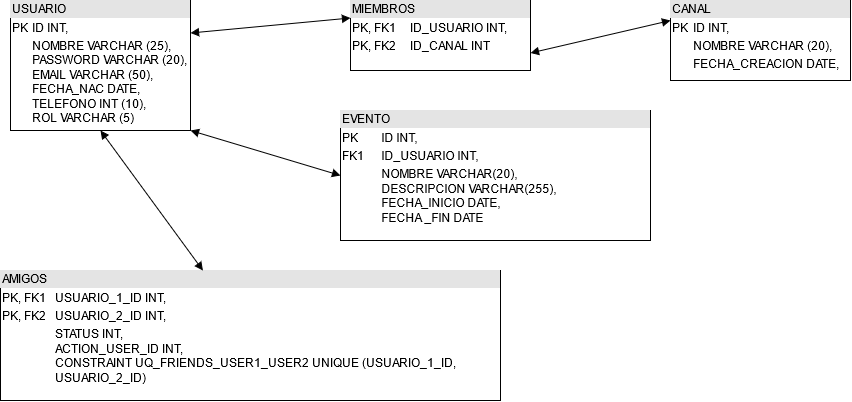
Earlier version of the draw.io export resources/modelo_datos_gamerHub.png (iesvi/proyecto-equipo-3). Source tidied: cells renumbered, new cells last; positions are measured from the earlier drawing's top-left corner, leaving out a move shared by most shapes. Its diagram source:
```xml
<mxGraphModel>
  <root>
    <mxCell id="0" />
    <mxCell id="1" parent="0" />
    <mxCell id="2" value="&lt;div style=&quot;box-sizing: border-box ; width: 100% ; background: #e4e4e4 ; padding: 2px&quot;&gt;USUARIO&lt;/div&gt;&lt;table style=&quot;width: 100% ; font-size: 1em&quot; cellspacing=&quot;0&quot; cellpadding=&quot;2&quot;&gt;&lt;tbody&gt;&lt;tr&gt;&lt;td&gt;PK&lt;/td&gt;&lt;td&gt;ID INT,&lt;br&gt;&lt;/td&gt;&lt;/tr&gt;&lt;tr&gt;&lt;td&gt;&lt;br&gt;&lt;/td&gt;&lt;td&gt;NOMBRE VARCHAR (25),&lt;br&gt;PASSWORD VARCHAR (20),&lt;br&gt;EMAIL VARCHAR (50),&lt;br&gt;FECHA_NAC DATE,&lt;br&gt;TELEFONO INT (10),&lt;br&gt;ROL VARCHAR (5)&lt;br&gt;&lt;/td&gt;&lt;/tr&gt;&lt;tr&gt;&lt;td&gt;&lt;br&gt;&lt;/td&gt;&lt;td&gt;&lt;br&gt;&lt;/td&gt;&lt;/tr&gt;&lt;/tbody&gt;&lt;/table&gt;" style="verticalAlign=top;align=left;overflow=fill;html=1;" parent="1" vertex="1">
      <mxGeometry x="10" width="180" height="130" as="geometry" />
    </mxCell>
    <mxCell id="3" value="&lt;div style=&quot;box-sizing: border-box ; width: 100% ; background: #e4e4e4 ; padding: 2px&quot;&gt;CANAL&lt;/div&gt;&lt;table style=&quot;width: 100% ; font-size: 1em&quot; cellspacing=&quot;0&quot; cellpadding=&quot;2&quot;&gt;&lt;tbody&gt;&lt;tr&gt;&lt;td&gt;PK&lt;/td&gt;&lt;td&gt;ID INT,&lt;br&gt;&lt;/td&gt;&lt;/tr&gt;&lt;tr&gt;&lt;td&gt;&lt;br&gt;&lt;/td&gt;&lt;td&gt;NOMBRE VARCHAR (20),&lt;br&gt;&lt;/td&gt;&lt;/tr&gt;&lt;tr&gt;&lt;td&gt;&lt;br&gt;&lt;/td&gt;&lt;td&gt;FECHA_CREACION DATE,&lt;br&gt;&lt;br&gt;&lt;/td&gt;&lt;/tr&gt;&lt;/tbody&gt;&lt;/table&gt;" style="verticalAlign=top;align=left;overflow=fill;html=1;" parent="1" vertex="1">
      <mxGeometry x="670" width="180" height="80" as="geometry" />
    </mxCell>
    <mxCell id="4" value="&lt;div style=&quot;box-sizing: border-box ; width: 100% ; background: #e4e4e4 ; padding: 2px&quot;&gt;MIEMBROS&lt;/div&gt;&lt;table style=&quot;width: 100% ; font-size: 1em&quot; cellspacing=&quot;0&quot; cellpadding=&quot;2&quot;&gt;&lt;tbody&gt;&lt;tr&gt;&lt;td&gt;PK, FK1&lt;br&gt;&lt;/td&gt;&lt;td&gt;ID_USUARIO INT,&lt;br&gt;&lt;/td&gt;&lt;/tr&gt;&lt;tr&gt;&lt;td&gt;PK, FK2&lt;/td&gt;&lt;td&gt;ID_CANAL INT&lt;br&gt;&lt;/td&gt;&lt;/tr&gt;&lt;tr&gt;&lt;td&gt;&lt;br&gt;&lt;/td&gt;&lt;td&gt;&lt;br&gt;&lt;/td&gt;&lt;/tr&gt;&lt;/tbody&gt;&lt;/table&gt;" style="verticalAlign=top;align=left;overflow=fill;html=1;" parent="1" vertex="1">
      <mxGeometry x="350" width="180" height="70" as="geometry" />
    </mxCell>
    <mxCell id="5" style="endArrow=block;startArrow=block;endFill=1;startFill=1;html=1;entryX=0;entryY=0.25;entryDx=0;entryDy=0;exitX=1;exitY=0.25;exitDx=0;exitDy=0;" parent="1" edge="1" source="2" target="4">
      <mxGeometry relative="1" as="geometry" />
    </mxCell>
    <mxCell id="6" style="endArrow=block;startArrow=block;endFill=1;startFill=1;html=1;exitX=1;exitY=0.75;exitDx=0;exitDy=0;entryX=0;entryY=0.25;entryDx=0;entryDy=0;" parent="1" edge="1" source="4" target="3">
      <mxGeometry relative="1" as="geometry" />
    </mxCell>
    <mxCell id="7" value="&lt;div style=&quot;box-sizing: border-box ; width: 100% ; background: #e4e4e4 ; padding: 2px&quot;&gt;AMIGOS&lt;/div&gt;&lt;table style=&quot;width: 100% ; font-size: 1em&quot; cellspacing=&quot;0&quot; cellpadding=&quot;2&quot;&gt;&lt;tbody&gt;&lt;tr&gt;&lt;td&gt;PK, FK1&lt;br&gt;&lt;/td&gt;&lt;td&gt;USUARIO_1_ID INT,&lt;br&gt;&lt;/td&gt;&lt;/tr&gt;&lt;tr&gt;&lt;td&gt;PK, FK2&lt;/td&gt;&lt;td&gt;USUARIO_2_ID INT,&lt;br&gt;&lt;/td&gt;&lt;/tr&gt;&lt;tr&gt;&lt;td&gt;&lt;br&gt;&lt;/td&gt;&lt;td&gt;STATUS INT,&lt;br&gt;ACTION_USER_ID INT,&lt;br&gt;CONSTRAINT UQ_FRIENDS_USER1_USER2 UNIQUE (USUARIO_1_ID,&lt;br&gt;USUARIO_2_ID)&lt;br&gt;&lt;/td&gt;&lt;/tr&gt;&lt;/tbody&gt;&lt;/table&gt;" style="verticalAlign=top;align=left;overflow=fill;html=1;" parent="1" vertex="1">
      <mxGeometry y="270" width="500" height="130" as="geometry" />
    </mxCell>
    <mxCell id="8" style="endArrow=block;startArrow=block;endFill=1;startFill=1;html=1;exitX=0.5;exitY=1;exitDx=0;exitDy=0;" parent="1" edge="1" source="2" target="7">
      <mxGeometry relative="1" as="geometry" />
    </mxCell>
    <mxCell id="9" value="&lt;div style=&quot;box-sizing: border-box ; width: 100% ; background: #e4e4e4 ; padding: 2px&quot;&gt;EVENTO&lt;/div&gt;&lt;table style=&quot;width: 100% ; font-size: 1em&quot; cellspacing=&quot;0&quot; cellpadding=&quot;2&quot;&gt;&lt;tbody&gt;&lt;tr&gt;&lt;td&gt;PK&lt;/td&gt;&lt;td&gt;ID INT,&lt;br&gt;&lt;/td&gt;&lt;/tr&gt;&lt;tr&gt;&lt;td&gt;FK1&lt;/td&gt;&lt;td&gt;ID_USUARIO INT,&lt;br&gt;&lt;/td&gt;&lt;/tr&gt;&lt;tr&gt;&lt;td&gt;&lt;br&gt;&lt;/td&gt;&lt;td&gt;NOMBRE VARCHAR(20),&lt;br&gt;DESCRIPCION VARCHAR(255),&lt;br&gt;FECHA_INICIO DATE, &lt;br&gt;FECHA _FIN DATE&lt;br&gt;&lt;/td&gt;&lt;/tr&gt;&lt;/tbody&gt;&lt;/table&gt;" style="verticalAlign=top;align=left;overflow=fill;html=1;" parent="1" vertex="1">
      <mxGeometry x="340" y="110" width="310" height="130" as="geometry" />
    </mxCell>
    <mxCell id="10" style="endArrow=block;startArrow=block;endFill=1;startFill=1;html=1;entryX=0;entryY=0.5;entryDx=0;entryDy=0;exitX=1;exitY=1;exitDx=0;exitDy=0;" parent="1" edge="1" source="2" target="9">
      <mxGeometry relative="1" as="geometry" />
    </mxCell>
  </root>
</mxGraphModel>
```
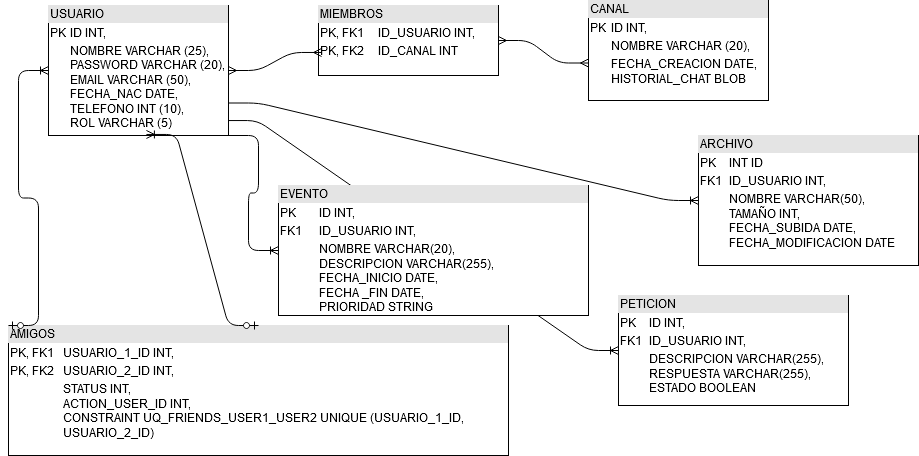
The same file after the commit.

Commit message:
CORRECIONES MODELADO DE DATOS

What changed in the source:
```diff
@@ -2,32 +2,47 @@
   <root>
     <mxCell id="0" />
     <mxCell id="1" parent="0" />
+    <mxCell id="11" style="edgeStyle=entityRelationEdgeStyle;fontSize=12;html=1;endArrow=ERoneToMany;exitX=1;exitY=0.75;exitDx=0;exitDy=0;" parent="1" edge="1" source="2" target="14">
+      <mxGeometry relative="1" as="geometry" />
+    </mxCell>
+    <mxCell id="12" style="edgeStyle=entityRelationEdgeStyle;fontSize=12;html=1;endArrow=ERoneToMany;exitX=0.994;exitY=0.885;exitDx=0;exitDy=0;exitPerimeter=0;" parent="1" edge="1" source="2" target="13">
+      <mxGeometry relative="1" as="geometry" />
+    </mxCell>
     <mxCell id="2" value="&lt;div style=&quot;box-sizing: border-box ; width: 100% ; background: #e4e4e4 ; padding: 2px&quot;&gt;USUARIO&lt;/div&gt;&lt;table style=&quot;width: 100% ; font-size: 1em&quot; cellspacing=&quot;0&quot; cellpadding=&quot;2&quot;&gt;&lt;tbody&gt;&lt;tr&gt;&lt;td&gt;PK&lt;/td&gt;&lt;td&gt;ID INT,&lt;br&gt;&lt;/td&gt;&lt;/tr&gt;&lt;tr&gt;&lt;td&gt;&lt;br&gt;&lt;/td&gt;&lt;td&gt;NOMBRE VARCHAR (25),&lt;br&gt;PASSWORD VARCHAR (20),&lt;br&gt;EMAIL VARCHAR (50),&lt;br&gt;FECHA_NAC DATE,&lt;br&gt;TELEFONO INT (10),&lt;br&gt;ROL VARCHAR (5)&lt;br&gt;&lt;/td&gt;&lt;/tr&gt;&lt;tr&gt;&lt;td&gt;&lt;br&gt;&lt;/td&gt;&lt;td&gt;&lt;br&gt;&lt;/td&gt;&lt;/tr&gt;&lt;/tbody&gt;&lt;/table&gt;" style="verticalAlign=top;align=left;overflow=fill;html=1;" parent="1" vertex="1">
-      <mxGeometry x="10" width="180" height="130" as="geometry" />
+      <mxGeometry x="60" width="180" height="130" as="geometry" />
     </mxCell>
-    <mxCell id="3" value="&lt;div style=&quot;box-sizing: border-box ; width: 100% ; background: #e4e4e4 ; padding: 2px&quot;&gt;CANAL&lt;/div&gt;&lt;table style=&quot;width: 100% ; font-size: 1em&quot; cellspacing=&quot;0&quot; cellpadding=&quot;2&quot;&gt;&lt;tbody&gt;&lt;tr&gt;&lt;td&gt;PK&lt;/td&gt;&lt;td&gt;ID INT,&lt;br&gt;&lt;/td&gt;&lt;/tr&gt;&lt;tr&gt;&lt;td&gt;&lt;br&gt;&lt;/td&gt;&lt;td&gt;NOMBRE VARCHAR (20),&lt;br&gt;&lt;/td&gt;&lt;/tr&gt;&lt;tr&gt;&lt;td&gt;&lt;br&gt;&lt;/td&gt;&lt;td&gt;FECHA_CREACION DATE,&lt;br&gt;&lt;br&gt;&lt;/td&gt;&lt;/tr&gt;&lt;/tbody&gt;&lt;/table&gt;" style="verticalAlign=top;align=left;overflow=fill;html=1;" parent="1" vertex="1">
-      <mxGeometry x="670" width="180" height="80" as="geometry" />
+    <mxCell id="3" value="&lt;div style=&quot;box-sizing: border-box ; width: 100% ; background: #e4e4e4 ; padding: 2px&quot;&gt;CANAL&lt;/div&gt;&lt;table style=&quot;width: 100% ; font-size: 1em&quot; cellspacing=&quot;0&quot; cellpadding=&quot;2&quot;&gt;&lt;tbody&gt;&lt;tr&gt;&lt;td&gt;PK&lt;/td&gt;&lt;td&gt;ID INT,&lt;br&gt;&lt;/td&gt;&lt;/tr&gt;&lt;tr&gt;&lt;td&gt;&lt;br&gt;&lt;/td&gt;&lt;td&gt;NOMBRE VARCHAR (20),&lt;br&gt;&lt;/td&gt;&lt;/tr&gt;&lt;tr&gt;&lt;td&gt;&lt;br&gt;&lt;/td&gt;&lt;td&gt;FECHA_CREACION DATE,&lt;br&gt;HISTORIAL_CHAT BLOB&lt;br&gt;&lt;/td&gt;&lt;/tr&gt;&lt;/tbody&gt;&lt;/table&gt;" style="verticalAlign=top;align=left;overflow=fill;html=1;" parent="1" vertex="1">
+      <mxGeometry x="600" y="-5" width="180" height="100" as="geometry" />
     </mxCell>
     <mxCell id="4" value="&lt;div style=&quot;box-sizing: border-box ; width: 100% ; background: #e4e4e4 ; padding: 2px&quot;&gt;MIEMBROS&lt;/div&gt;&lt;table style=&quot;width: 100% ; font-size: 1em&quot; cellspacing=&quot;0&quot; cellpadding=&quot;2&quot;&gt;&lt;tbody&gt;&lt;tr&gt;&lt;td&gt;PK, FK1&lt;br&gt;&lt;/td&gt;&lt;td&gt;ID_USUARIO INT,&lt;br&gt;&lt;/td&gt;&lt;/tr&gt;&lt;tr&gt;&lt;td&gt;PK, FK2&lt;/td&gt;&lt;td&gt;ID_CANAL INT&lt;br&gt;&lt;/td&gt;&lt;/tr&gt;&lt;tr&gt;&lt;td&gt;&lt;br&gt;&lt;/td&gt;&lt;td&gt;&lt;br&gt;&lt;/td&gt;&lt;/tr&gt;&lt;/tbody&gt;&lt;/table&gt;" style="verticalAlign=top;align=left;overflow=fill;html=1;" parent="1" vertex="1">
-      <mxGeometry x="350" width="180" height="70" as="geometry" />
+      <mxGeometry x="330" width="180" height="70" as="geometry" />
     </mxCell>
+    <mxCell id="7" value="&lt;div style=&quot;box-sizing: border-box ; width: 100% ; background: #e4e4e4 ; padding: 2px&quot;&gt;AMIGOS&lt;/div&gt;&lt;table style=&quot;width: 100% ; font-size: 1em&quot; cellspacing=&quot;0&quot; cellpadding=&quot;2&quot;&gt;&lt;tbody&gt;&lt;tr&gt;&lt;td&gt;PK, FK1&lt;br&gt;&lt;/td&gt;&lt;td&gt;USUARIO_1_ID INT,&lt;br&gt;&lt;/td&gt;&lt;/tr&gt;&lt;tr&gt;&lt;td&gt;PK, FK2&lt;/td&gt;&lt;td&gt;USUARIO_2_ID INT,&lt;br&gt;&lt;/td&gt;&lt;/tr&gt;&lt;tr&gt;&lt;td&gt;&lt;br&gt;&lt;/td&gt;&lt;td&gt;STATUS INT,&lt;br&gt;ACTION_USER_ID INT,&lt;br&gt;CONSTRAINT UQ_FRIENDS_USER1_USER2 UNIQUE (USUARIO_1_ID,&lt;br&gt;USUARIO_2_ID)&lt;br&gt;&lt;/td&gt;&lt;/tr&gt;&lt;/tbody&gt;&lt;/table&gt;" style="verticalAlign=top;align=left;overflow=fill;html=1;" parent="1" vertex="1">
+      <mxGeometry x="20" y="320" width="500" height="130" as="geometry" />
+    </mxCell>
+    <mxCell id="9" value="&lt;div style=&quot;box-sizing: border-box ; width: 100% ; background: #e4e4e4 ; padding: 2px&quot;&gt;EVENTO&lt;/div&gt;&lt;table style=&quot;width: 100% ; font-size: 1em&quot; cellspacing=&quot;0&quot; cellpadding=&quot;2&quot;&gt;&lt;tbody&gt;&lt;tr&gt;&lt;td&gt;PK&lt;/td&gt;&lt;td&gt;ID INT,&lt;br&gt;&lt;/td&gt;&lt;/tr&gt;&lt;tr&gt;&lt;td&gt;FK1&lt;/td&gt;&lt;td&gt;ID_USUARIO INT,&lt;br&gt;&lt;/td&gt;&lt;/tr&gt;&lt;tr&gt;&lt;td&gt;&lt;br&gt;&lt;/td&gt;&lt;td&gt;NOMBRE VARCHAR(20),&lt;br&gt;DESCRIPCION VARCHAR(255),&lt;br&gt;FECHA_INICIO DATE, &lt;br&gt;FECHA _FIN DATE,&lt;br&gt;PRIORIDAD STRING&lt;br&gt;&lt;/td&gt;&lt;/tr&gt;&lt;/tbody&gt;&lt;/table&gt;" style="verticalAlign=top;align=left;overflow=fill;html=1;" parent="1" vertex="1">
+      <mxGeometry x="290" y="180" width="310" height="130" as="geometry" />
+    </mxCell>
+    <mxCell id="10" style="edgeStyle=entityRelationEdgeStyle;fontSize=12;html=1;endArrow=ERoneToMany;exitX=1;exitY=1;exitDx=0;exitDy=0;" parent="1" edge="1" source="2" target="9">
+      <mxGeometry relative="1" as="geometry" />
+    </mxCell>
-    <mxCell id="5" style="endArrow=block;startArrow=block;endFill=1;startFill=1;html=1;entryX=0;entryY=0.25;entryDx=0;entryDy=0;exitX=1;exitY=0.25;exitDx=0;exitDy=0;" parent="1" edge="1" source="2" target="4">
+    <mxCell id="5" style="edgeStyle=entityRelationEdgeStyle;fontSize=12;html=1;endArrow=ERmany;startArrow=ERmany;exitX=1;exitY=0.5;exitDx=0;exitDy=0;entryX=0.017;entryY=0.671;entryDx=0;entryDy=0;entryPerimeter=0;" parent="1" edge="1" source="2" target="4">
       <mxGeometry relative="1" as="geometry" />
     </mxCell>
-    <mxCell id="6" style="endArrow=block;startArrow=block;endFill=1;startFill=1;html=1;exitX=1;exitY=0.75;exitDx=0;exitDy=0;entryX=0;entryY=0.25;entryDx=0;entryDy=0;" parent="1" edge="1" source="4" target="3">
+    <mxCell id="6" style="edgeStyle=entityRelationEdgeStyle;fontSize=12;html=1;endArrow=ERmany;startArrow=ERmany;entryX=0;entryY=0.625;entryDx=0;entryDy=0;entryPerimeter=0;exitX=1;exitY=0.5;exitDx=0;exitDy=0;" parent="1" edge="1" source="4" target="3">
       <mxGeometry relative="1" as="geometry" />
     </mxCell>
-    <mxCell id="7" value="&lt;div style=&quot;box-sizing: border-box ; width: 100% ; background: #e4e4e4 ; padding: 2px&quot;&gt;AMIGOS&lt;/div&gt;&lt;table style=&quot;width: 100% ; font-size: 1em&quot; cellspacing=&quot;0&quot; cellpadding=&quot;2&quot;&gt;&lt;tbody&gt;&lt;tr&gt;&lt;td&gt;PK, FK1&lt;br&gt;&lt;/td&gt;&lt;td&gt;USUARIO_1_ID INT,&lt;br&gt;&lt;/td&gt;&lt;/tr&gt;&lt;tr&gt;&lt;td&gt;PK, FK2&lt;/td&gt;&lt;td&gt;USUARIO_2_ID INT,&lt;br&gt;&lt;/td&gt;&lt;/tr&gt;&lt;tr&gt;&lt;td&gt;&lt;br&gt;&lt;/td&gt;&lt;td&gt;STATUS INT,&lt;br&gt;ACTION_USER_ID INT,&lt;br&gt;CONSTRAINT UQ_FRIENDS_USER1_USER2 UNIQUE (USUARIO_1_ID,&lt;br&gt;USUARIO_2_ID)&lt;br&gt;&lt;/td&gt;&lt;/tr&gt;&lt;/tbody&gt;&lt;/table&gt;" style="verticalAlign=top;align=left;overflow=fill;html=1;" parent="1" vertex="1">
-      <mxGeometry y="270" width="500" height="130" as="geometry" />
-    </mxCell>
-    <mxCell id="8" style="endArrow=block;startArrow=block;endFill=1;startFill=1;html=1;exitX=0.5;exitY=1;exitDx=0;exitDy=0;" parent="1" edge="1" source="2" target="7">
-      <mxGeometry relative="1" as="geometry" />
-    </mxCell>
-    <mxCell id="9" value="&lt;div style=&quot;box-sizing: border-box ; width: 100% ; background: #e4e4e4 ; padding: 2px&quot;&gt;EVENTO&lt;/div&gt;&lt;table style=&quot;width: 100% ; font-size: 1em&quot; cellspacing=&quot;0&quot; cellpadding=&quot;2&quot;&gt;&lt;tbody&gt;&lt;tr&gt;&lt;td&gt;PK&lt;/td&gt;&lt;td&gt;ID INT,&lt;br&gt;&lt;/td&gt;&lt;/tr&gt;&lt;tr&gt;&lt;td&gt;FK1&lt;/td&gt;&lt;td&gt;ID_USUARIO INT,&lt;br&gt;&lt;/td&gt;&lt;/tr&gt;&lt;tr&gt;&lt;td&gt;&lt;br&gt;&lt;/td&gt;&lt;td&gt;NOMBRE VARCHAR(20),&lt;br&gt;DESCRIPCION VARCHAR(255),&lt;br&gt;FECHA_INICIO DATE, &lt;br&gt;FECHA _FIN DATE&lt;br&gt;&lt;/td&gt;&lt;/tr&gt;&lt;/tbody&gt;&lt;/table&gt;" style="verticalAlign=top;align=left;overflow=fill;html=1;" parent="1" vertex="1">
-      <mxGeometry x="340" y="110" width="310" height="130" as="geometry" />
-    </mxCell>
-    <mxCell id="10" style="endArrow=block;startArrow=block;endFill=1;startFill=1;html=1;entryX=0;entryY=0.5;entryDx=0;entryDy=0;exitX=1;exitY=1;exitDx=0;exitDy=0;" parent="1" edge="1" source="2" target="9">
-      <mxGeometry relative="1" as="geometry" />
-    </mxCell>
+    <mxCell id="13" value="&lt;div style=&quot;box-sizing: border-box ; width: 100% ; background: #e4e4e4 ; padding: 2px&quot;&gt;PETICION&lt;br&gt;&lt;/div&gt;&lt;table style=&quot;width: 100% ; font-size: 1em&quot; cellspacing=&quot;0&quot; cellpadding=&quot;2&quot;&gt;&lt;tbody&gt;&lt;tr&gt;&lt;td&gt;PK&lt;/td&gt;&lt;td&gt;ID INT,&lt;br&gt;&lt;/td&gt;&lt;/tr&gt;&lt;tr&gt;&lt;td&gt;FK1&lt;/td&gt;&lt;td&gt;ID_USUARIO INT,&lt;br&gt;&lt;/td&gt;&lt;/tr&gt;&lt;tr&gt;&lt;td&gt;&lt;br&gt;&lt;/td&gt;&lt;td&gt;DESCRIPCION VARCHAR(255),&lt;br&gt;RESPUESTA VARCHAR(255),&lt;br&gt;ESTADO BOOLEAN&lt;br&gt;&lt;/td&gt;&lt;/tr&gt;&lt;/tbody&gt;&lt;/table&gt;" style="verticalAlign=top;align=left;overflow=fill;html=1;" parent="1" vertex="1">
+      <mxGeometry x="630" y="290" width="230" height="110" as="geometry" />
+    </mxCell>
+    <mxCell id="14" value="&lt;div style=&quot;box-sizing: border-box ; width: 100% ; background: #e4e4e4 ; padding: 2px&quot;&gt;ARCHIVO&lt;/div&gt;&lt;table style=&quot;width: 100% ; font-size: 1em&quot; cellspacing=&quot;0&quot; cellpadding=&quot;2&quot;&gt;&lt;tbody&gt;&lt;tr&gt;&lt;td&gt;PK&lt;/td&gt;&lt;td&gt;INT ID&lt;br&gt;&lt;/td&gt;&lt;/tr&gt;&lt;tr&gt;&lt;td&gt;FK1&lt;/td&gt;&lt;td&gt;ID_USUARIO INT,&lt;br&gt;&lt;/td&gt;&lt;/tr&gt;&lt;tr&gt;&lt;td&gt;&lt;br&gt;&lt;/td&gt;&lt;td&gt;NOMBRE VARCHAR(50),&lt;br&gt;TAMAÑO INT,&lt;br&gt;FECHA_SUBIDA DATE,&lt;br&gt;FECHA_MODIFICACION DATE&lt;br&gt;&lt;/td&gt;&lt;/tr&gt;&lt;/tbody&gt;&lt;/table&gt;" style="verticalAlign=top;align=left;overflow=fill;html=1;" parent="1" vertex="1">
+      <mxGeometry x="710" y="130" width="220" height="130" as="geometry" />
+    </mxCell>
+    <mxCell id="15" style="edgeStyle=entityRelationEdgeStyle;fontSize=12;html=1;endArrow=ERoneToMany;startArrow=ERzeroToOne;entryX=0.544;entryY=0.992;entryDx=0;entryDy=0;entryPerimeter=0;exitX=0.5;exitY=0;exitDx=0;exitDy=0;" parent="1" edge="1" source="7" target="2">
+      <mxGeometry relative="1" as="geometry" />
+    </mxCell>
+    <mxCell id="16" style="edgeStyle=entityRelationEdgeStyle;fontSize=12;html=1;endArrow=ERoneToMany;startArrow=ERzeroToOne;exitX=0;exitY=0;exitDx=0;exitDy=0;" parent="1" edge="1" source="7" target="2">
+      <mxGeometry relative="1" as="geometry" />
+    </mxCell>
   </root>
 </mxGraphModel>
```
